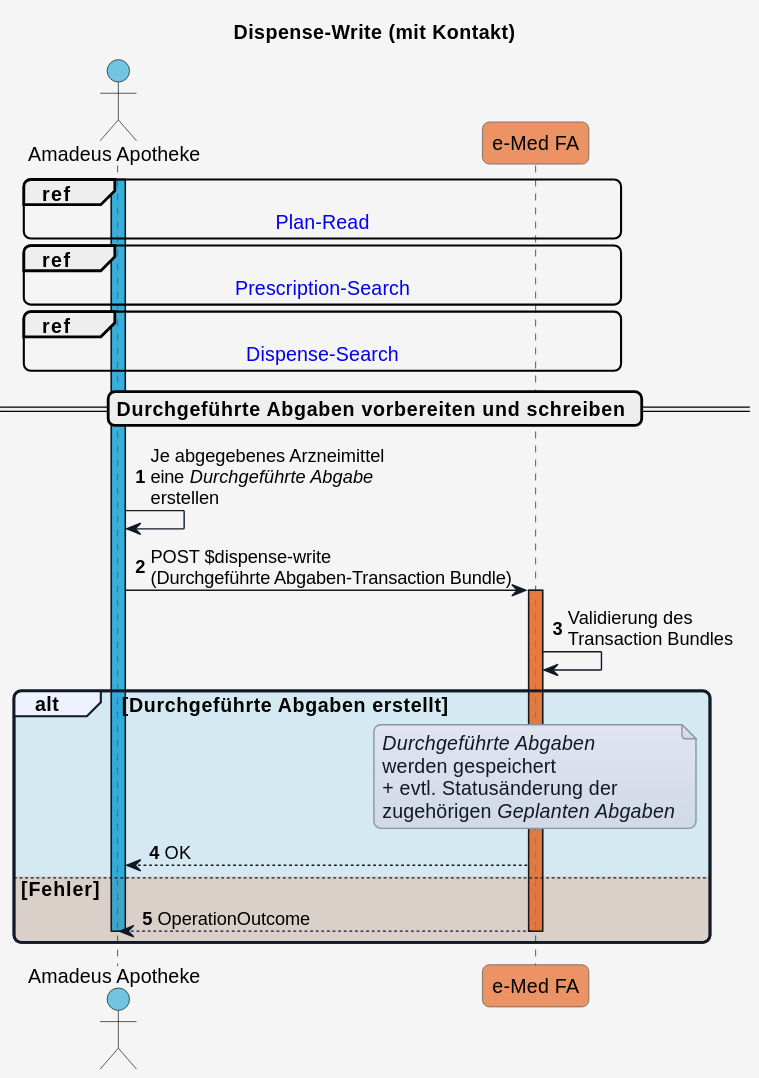
Above: input/images/plantuml/UC_eMed_05_01_a.svg in HL7Austria/ELGA-e-Medikation-R4 (PlantUML), before the change.
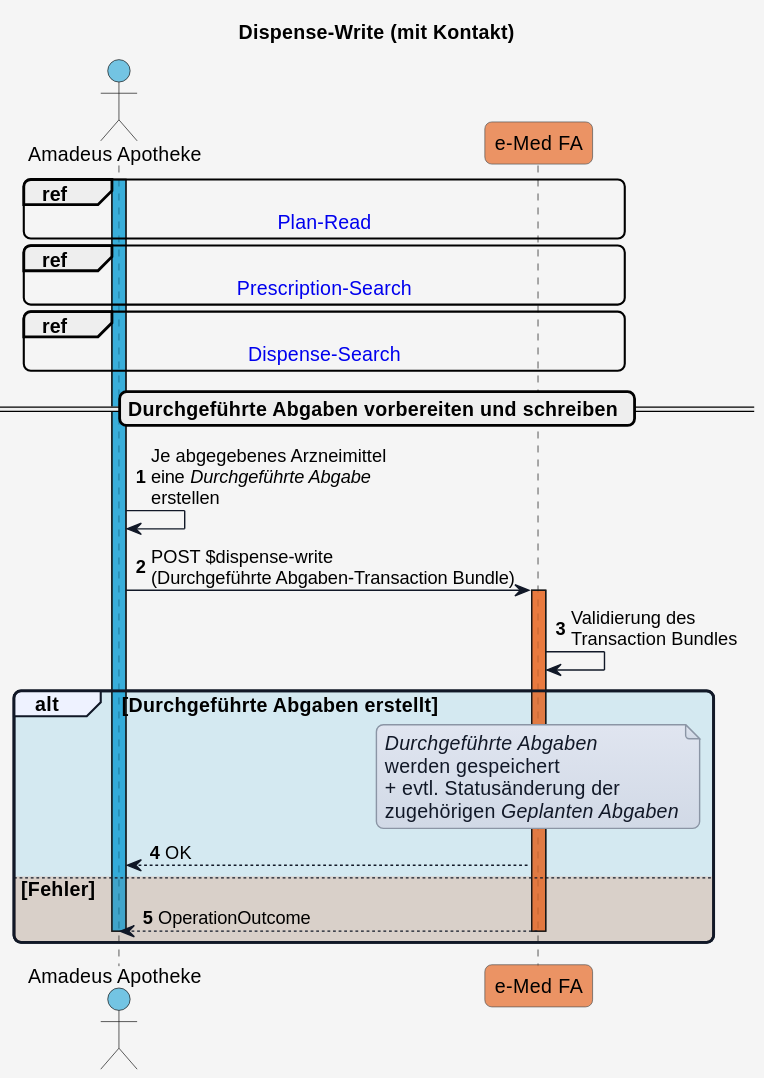
Above is the later version.

Change to the diagram source:
```diff
@@ -56,9 +56,9 @@
 
 activate GDA_Apo COLOR_APO
 
-ref over GDA_Apo, eMed_FA: [[Sub_UC_eMed_01.html#sub_uc_emed_01_01---aktuellen-medikationsplan-lesen-plan-read Plan-Read]]
-ref over GDA_Apo, eMed_FA: [[Sub_UC_eMed_03.html#sub_uc_emed_03_01---geplante-abgaben-lesen-prescription-search Prescription-Search]]
-ref over GDA_Apo, eMed_FA: [[Sub_UC_eMed_03.html#sub_uc_emed_03_02---durchgeführte-abgaben-lesen-dispense-search Dispense-Search]]
+ref over GDA_Apo, eMed_FA: [[../Sub_UC_eMed_01.html#sub_uc_emed_01_01---aktuellen-medikationsplan-lesen-plan-read Plan-Read]]
+ref over GDA_Apo, eMed_FA: [[../Sub_UC_eMed_03.html#sub_uc_emed_03_01---geplante-abgaben-lesen-prescription-search Prescription-Search]]
+ref over GDA_Apo, eMed_FA: [[../Sub_UC_eMed_03.html#sub_uc_emed_03_02---durchgeführte-abgaben-lesen-dispense-search Dispense-Search]]
 
 == Durchgeführte Abgaben vorbereiten und schreiben ==
 
```
